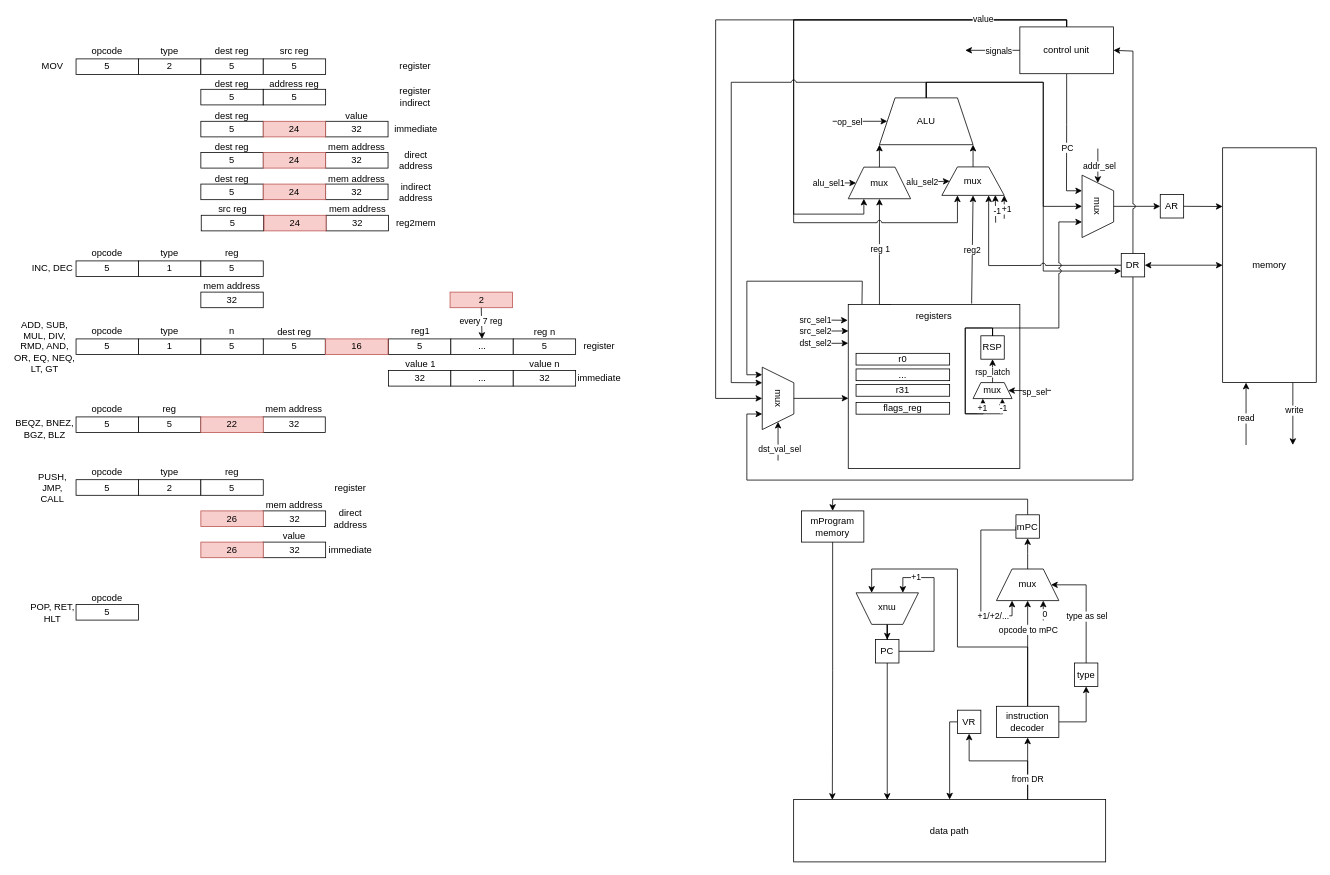
Before: resources/csa_lab4.drawio in vanya9090/csa_lab4, a draw.io diagram. Source tidied: cells renumbered, new cells numbered last; positions are measured from the earlier drawing's top-left corner, leaving out a move shared by most shapes. Both pictures are drawn from the tidied source at 78%, with x=0, y=0 at pixel (13, 20).
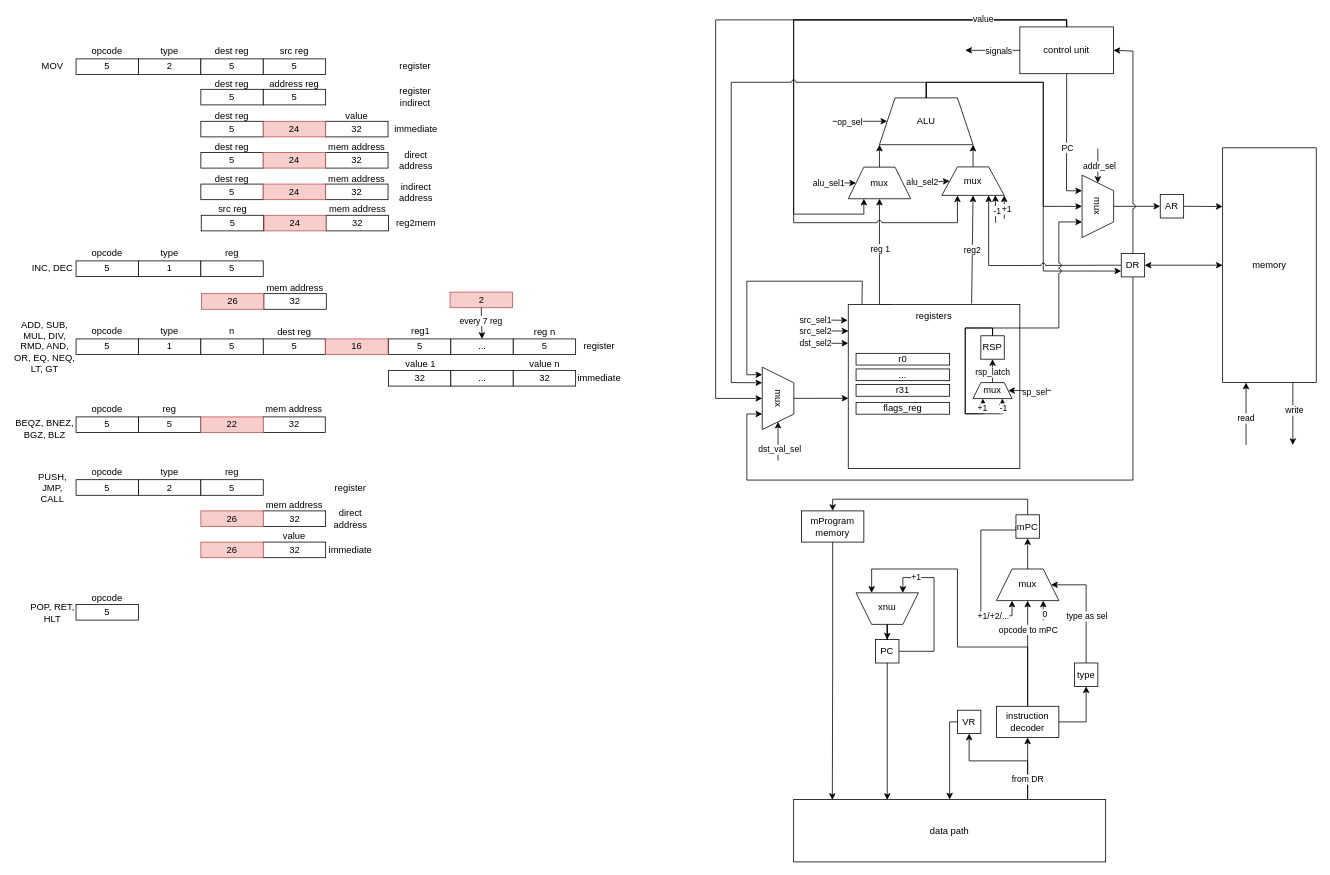
Above is the later version.

Commit message (it also covers changes not shown here):
fix dec and inc isa

What changed in the source:
```diff
@@
     <mxCell id="24" value="32" style="rounded=0;whiteSpace=wrap;html=1;" parent="1" vertex="1">
-      <mxGeometry x="240" y="349" width="80" height="20" as="geometry" />
+      <mxGeometry x="320.8" y="351" width="80" height="20" as="geometry" />
     </mxCell>
     <mxCell id="25" value="mem address" style="text;html=1;align=center;verticalAlign=middle;whiteSpace=wrap;rounded=0;" parent="1" vertex="1">
-      <mxGeometry x="220" y="327" width="120" height="30" as="geometry" />
+      <mxGeometry x="300.8" y="329" width="120" height="30" as="geometry" />
     </mxCell>
@@
+    <mxCell id="207" value="26" style="rounded=0;whiteSpace=wrap;html=1;fillColor=#f8cecc;strokeColor=#b85450;" parent="1" vertex="1">
+      <mxGeometry x="240.8" y="351" width="79.5" height="20" as="geometry" />
+    </mxCell>
```
